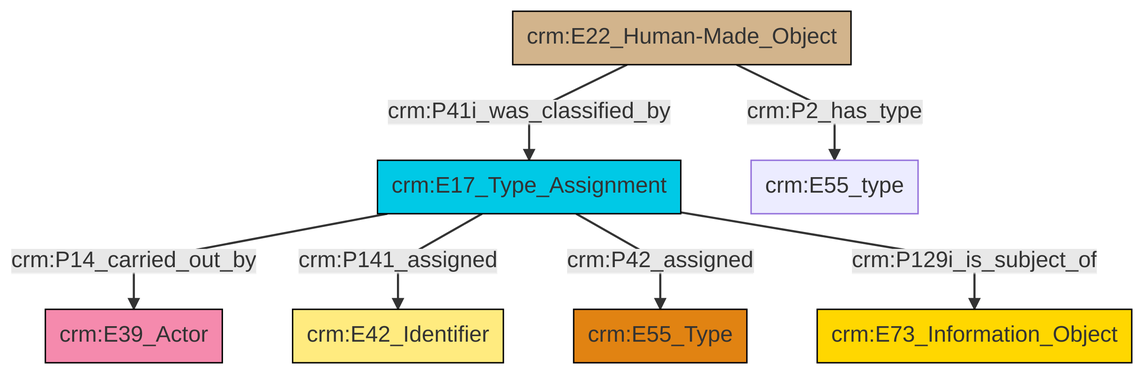
swiss-art-research-net/reference-data-models keeps this Mermaid diagram as et/builtWorkCSV/ttl/mmd/png/Built_Work_designation_status.png. Above is the earlier version. Its source is kept beside it as et/builtWorkCSV/ttl/mmd/Built_Work_designation_status.ttl.mmd.
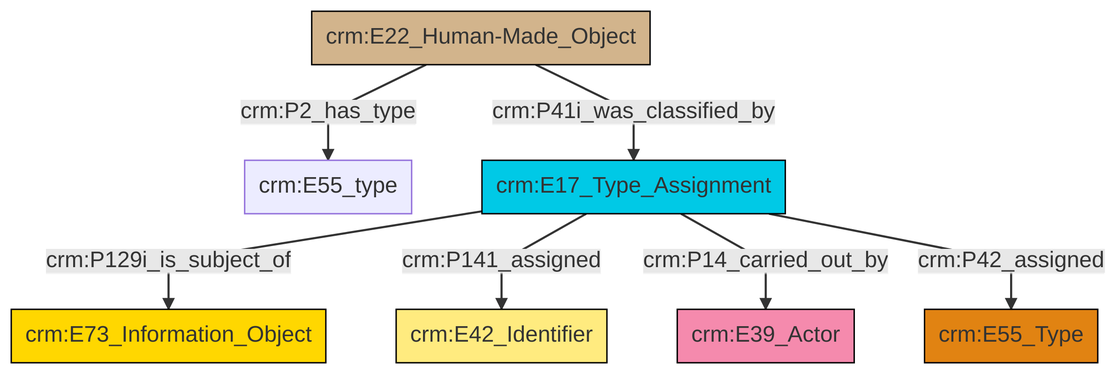
The same file after the commit.

The edit, as a diff of the source:
```diff
@@ -13,9 +13,9 @@
 classDef PC_Classes fill:#4ce600, stroke:#000000;
 classDef Multi fill:#cccccc,stroke:#000000;
 
-0["crm:E17_Type_Assignment"]:::Temporal_Entity -->|crm:P14_carried_out_by| 1["crm:E39_Actor"]:::Actor
-0["crm:E17_Type_Assignment"]:::Temporal_Entity -->|crm:P141_assigned| 2["crm:E42_Identifier"]:::Appellation
-4["crm:E22_Human-Made_Object"]:::Physical_Thing -->|crm:P2_has_type| 5["crm:E55_type"]:::Default
-4["crm:E22_Human-Made_Object"]:::Physical_Thing -->|crm:P41i_was_classified_by| 0["crm:E17_Type_Assignment"]:::Temporal_Entity
-0["crm:E17_Type_Assignment"]:::Temporal_Entity -->|crm:P42_assigned| 11["crm:E55_Type"]:::Type
-0["crm:E17_Type_Assignment"]:::Temporal_Entity -->|crm:P129i_is_subject_of| 9["crm:E73_Information_Object"]:::Conceptual_Object
+4["crm:E22_Human-Made_Object"]:::Physical_Thing -->|crm:P41i_was_classified_by| 5["crm:E17_Type_Assignment"]:::Temporal_Entity
+5["crm:E17_Type_Assignment"]:::Temporal_Entity -->|crm:P129i_is_subject_of| 9["crm:E73_Information_Object"]:::Conceptual_Object
+5["crm:E17_Type_Assignment"]:::Temporal_Entity -->|crm:P141_assigned| 12["crm:E42_Identifier"]:::Appellation
+4["crm:E22_Human-Made_Object"]:::Physical_Thing -->|crm:P2_has_type| 2["crm:E55_type"]:::Default
+5["crm:E17_Type_Assignment"]:::Temporal_Entity -->|crm:P14_carried_out_by| 0["crm:E39_Actor"]:::Actor
+5["crm:E17_Type_Assignment"]:::Temporal_Entity -->|crm:P42_assigned| 7["crm:E55_Type"]:::Type
```
